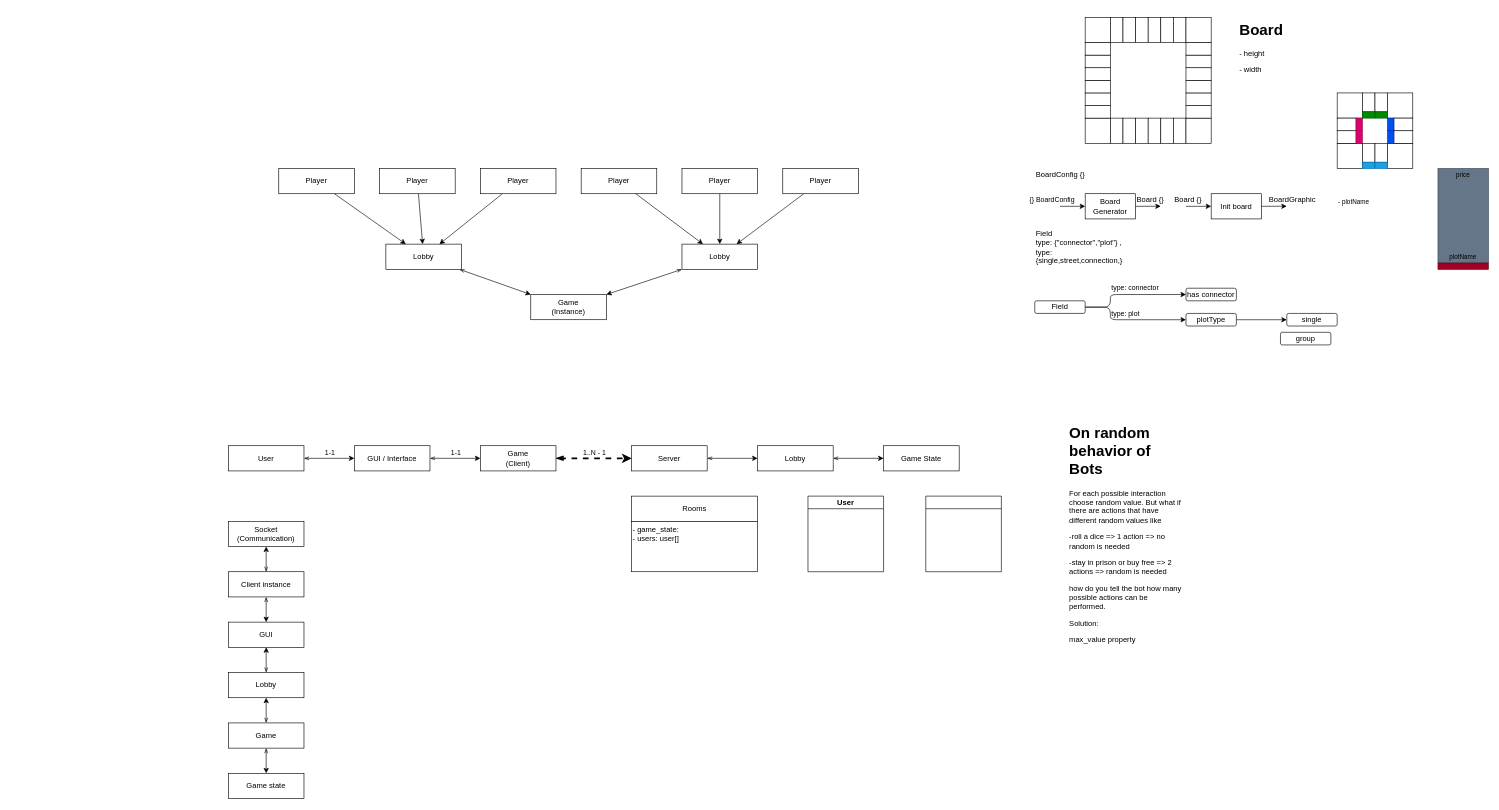
switchcodes/yam keeps this draw.io diagram as prototyping/planning.drawio. Above is the earlier version. Source tidied: cells renumbered, new cells numbered last; positions are measured from the earlier drawing's top-left corner, leaving out a move shared by most shapes. Both pictures are drawn from the tidied source at 63%, with x=0, y=0 at pixel (228, 17).
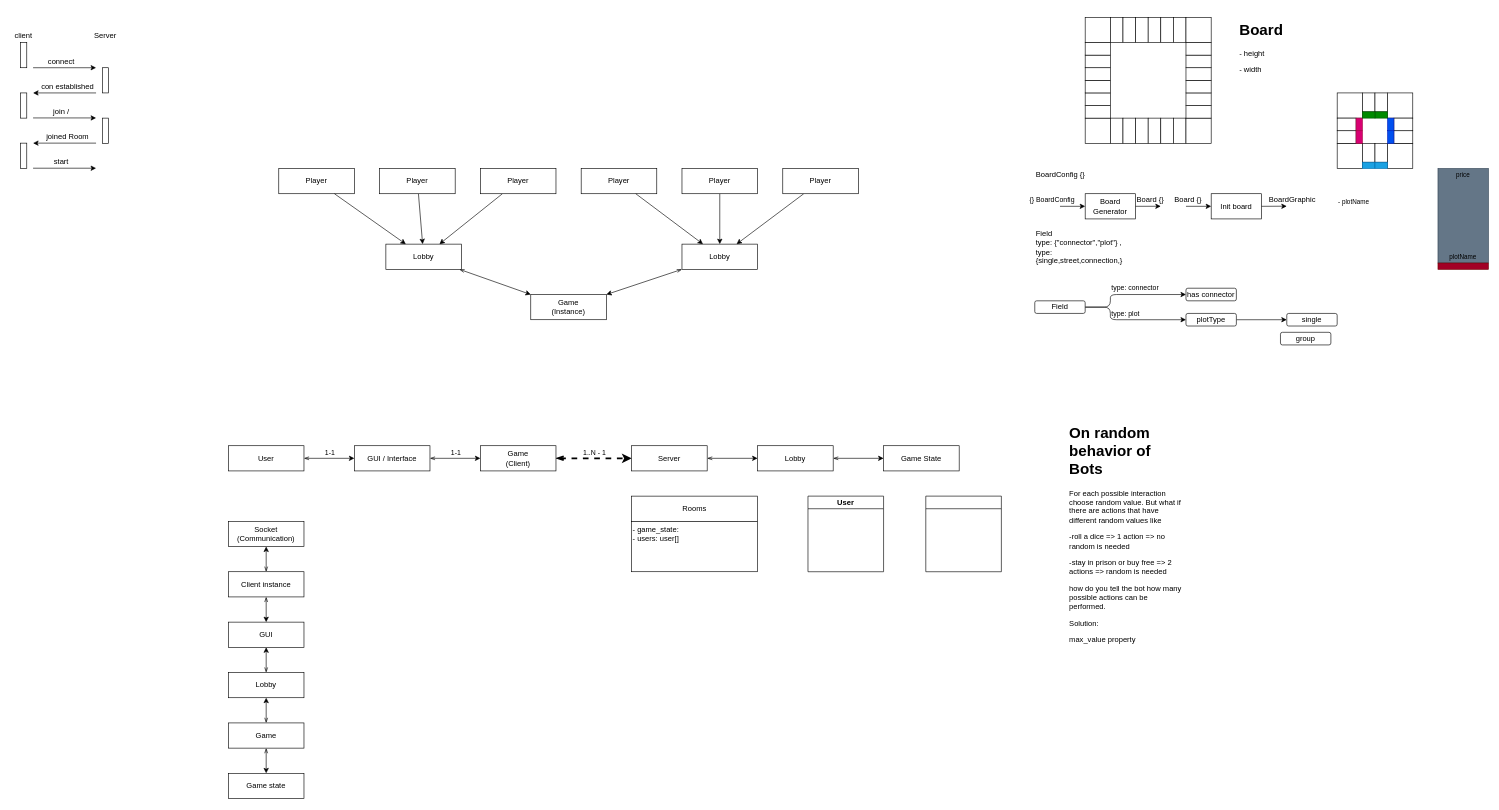
The same page after the edit.

The edit, as a diff of the source:
```diff
@@
+    <mxCell id="126" style="rounded=0;whiteSpace=wrap;html=1;" parent="1" vertex="1">
+      <mxGeometry x="-330" y="40" width="10" height="40" as="geometry" />
+    </mxCell>
+    <mxCell id="127" style="rounded=0;whiteSpace=wrap;html=1;" parent="1" vertex="1">
+      <mxGeometry x="-200" y="80" width="10" height="40" as="geometry" />
+    </mxCell>
+    <mxCell id="128" value="client" style="text;html=1;strokeColor=none;fillColor=none;align=center;verticalAlign=middle;whiteSpace=wrap;rounded=0;" parent="1" vertex="1">
+      <mxGeometry x="-345" y="20" width="40" height="20" as="geometry" />
+    </mxCell>
+    <mxCell id="129" value="Server" style="text;html=1;strokeColor=none;fillColor=none;align=center;verticalAlign=middle;whiteSpace=wrap;rounded=0;" parent="1" vertex="1">
+      <mxGeometry x="-215" y="20" width="40" height="20" as="geometry" />
+    </mxCell>
+    <mxCell id="130" style="endArrow=classic;html=1;" parent="1" edge="1">
+      <mxGeometry relative="1" as="geometry">
+        <mxPoint x="-310" y="80" as="sourcePoint" />
+        <mxPoint x="-210" y="80" as="targetPoint" />
+      </mxGeometry>
+    </mxCell>
+    <mxCell id="131" value="connect" style="text;html=1;strokeColor=none;fillColor=none;align=center;verticalAlign=middle;whiteSpace=wrap;rounded=0;" parent="1" vertex="1">
+      <mxGeometry x="-310" y="60" width="90" height="20" as="geometry" />
+    </mxCell>
+    <mxCell id="132" style="endArrow=classic;html=1;" parent="1" edge="1">
+      <mxGeometry relative="1" as="geometry">
+        <mxPoint x="-210" y="120" as="sourcePoint" />
+        <mxPoint x="-310" y="120" as="targetPoint" />
+      </mxGeometry>
+    </mxCell>
+    <mxCell id="133" value="con established" style="text;html=1;strokeColor=none;fillColor=none;align=center;verticalAlign=middle;whiteSpace=wrap;rounded=0;" parent="1" vertex="1">
+      <mxGeometry x="-300" y="100" width="90" height="20" as="geometry" />
+    </mxCell>
+    <mxCell id="134" style="rounded=0;whiteSpace=wrap;html=1;" parent="1" vertex="1">
+      <mxGeometry x="-330" y="120" width="10" height="40" as="geometry" />
+    </mxCell>
+    <mxCell id="135" style="rounded=0;whiteSpace=wrap;html=1;" parent="1" vertex="1">
+      <mxGeometry x="-200" y="160" width="10" height="40" as="geometry" />
+    </mxCell>
+    <mxCell id="136" style="endArrow=classic;html=1;" parent="1" edge="1">
+      <mxGeometry relative="1" as="geometry">
+        <mxPoint x="-310" y="159.7" as="sourcePoint" />
+        <mxPoint x="-210" y="159.7" as="targetPoint" />
+      </mxGeometry>
+    </mxCell>
+    <mxCell id="137" value="join /" style="text;html=1;strokeColor=none;fillColor=none;align=center;verticalAlign=middle;whiteSpace=wrap;rounded=0;" parent="1" vertex="1">
+      <mxGeometry x="-310" y="139.7" width="90" height="20" as="geometry" />
+    </mxCell>
+    <mxCell id="138" style="endArrow=classic;html=1;" parent="1" edge="1">
+      <mxGeometry relative="1" as="geometry">
+        <mxPoint x="-210" y="199.7" as="sourcePoint" />
+        <mxPoint x="-310" y="199.7" as="targetPoint" />
+      </mxGeometry>
+    </mxCell>
+    <mxCell id="139" value="joined Room" style="text;html=1;strokeColor=none;fillColor=none;align=center;verticalAlign=middle;whiteSpace=wrap;rounded=0;" parent="1" vertex="1">
+      <mxGeometry x="-300" y="179.7" width="90" height="20" as="geometry" />
+    </mxCell>
+    <mxCell id="140" style="rounded=0;whiteSpace=wrap;html=1;" parent="1" vertex="1">
+      <mxGeometry x="-330" y="199.7" width="10" height="40" as="geometry" />
+    </mxCell>
+    <mxCell id="141" style="endArrow=classic;html=1;" parent="1" edge="1">
+      <mxGeometry relative="1" as="geometry">
+        <mxPoint x="-310" y="239.5" as="sourcePoint" />
+        <mxPoint x="-210" y="239.5" as="targetPoint" />
+      </mxGeometry>
+    </mxCell>
+    <mxCell id="142" value="start" style="text;html=1;strokeColor=none;fillColor=none;align=center;verticalAlign=middle;whiteSpace=wrap;rounded=0;" parent="1" vertex="1">
+      <mxGeometry x="-310" y="219.5" width="90" height="20" as="geometry" />
+    </mxCell>
```
